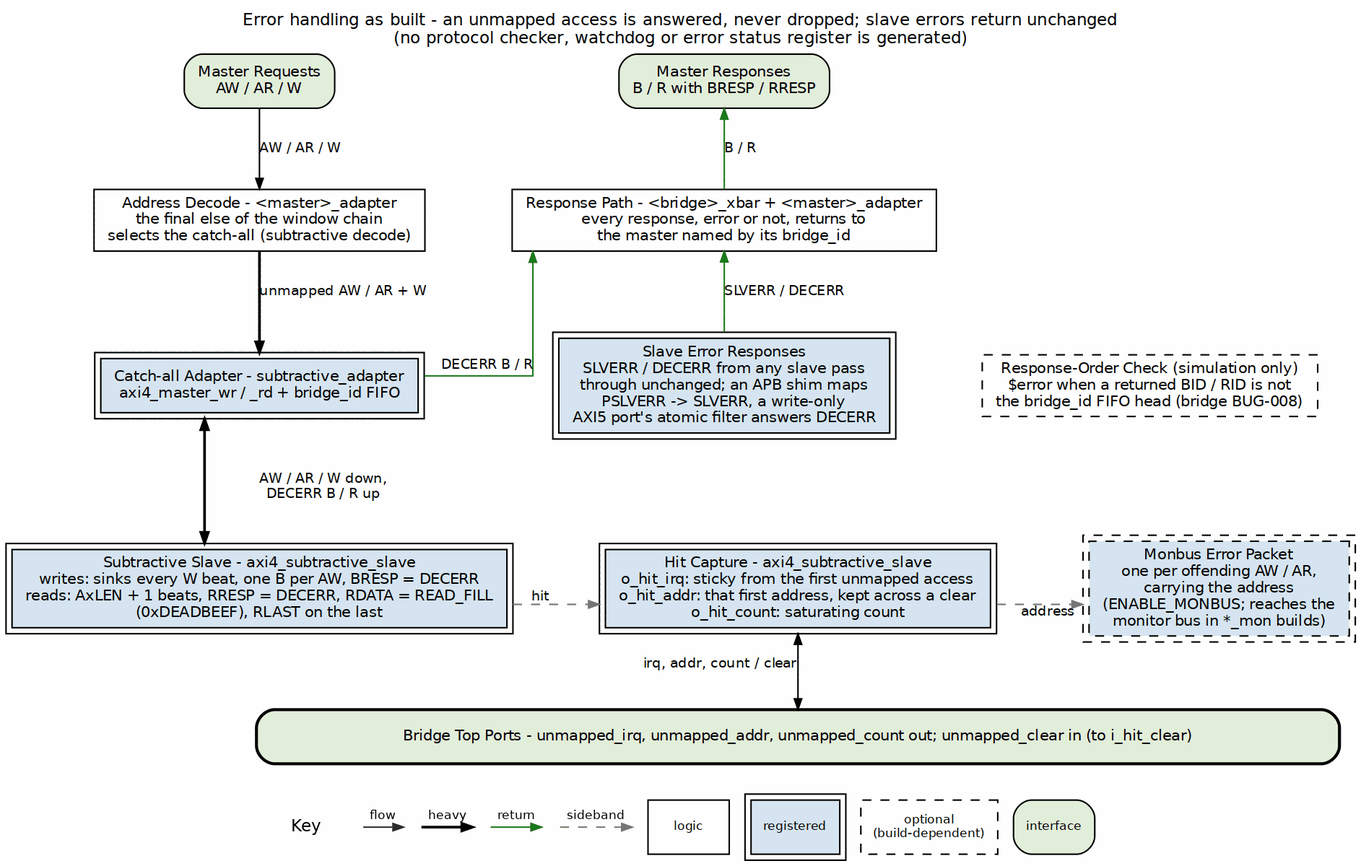
The Graphviz diagram projects/components/fabric-gen-ip/bridge/docs/bridge_mas/assets/graphviz/error_handling.png in sean-galloway/RTLDesignSherpa, before a commit. Its source is kept beside it as projects/components/fabric-gen-ip/bridge/docs/bridge_mas/assets/graphviz/error_handling.dot.
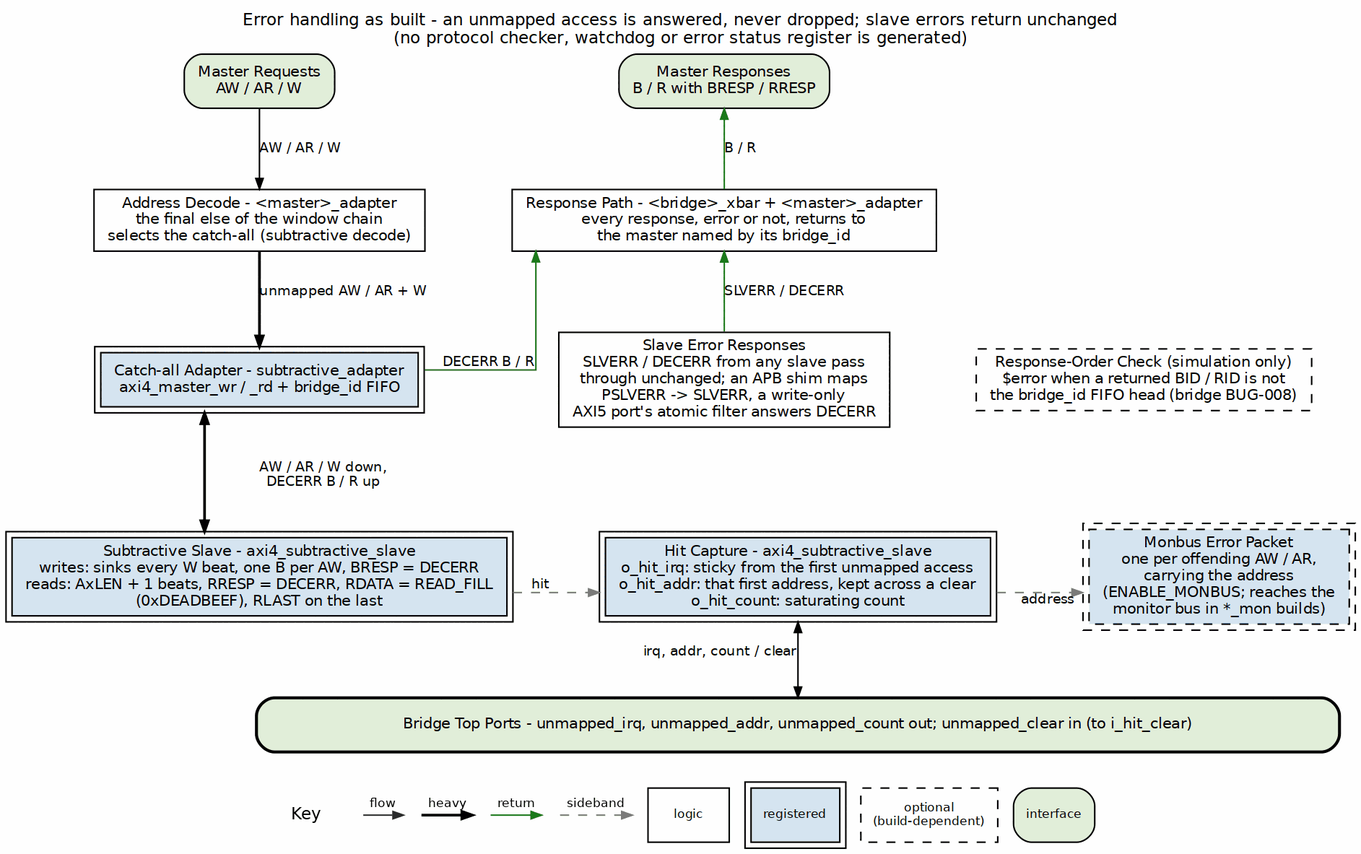
The same file after the commit.

What changed in the source:
```diff
@@ -17,7 +17,7 @@
     dec -> rmux [style=invis];
 
     trk [label="Catch-all Adapter - subtractive_adapter\naxi4_master_wr / _rd + bridge_id FIFO", group=C, peripheries=2, style="filled", fillcolor="#D6E4F0"];
-    serr [label="Slave Error Responses\nSLVERR / DECERR from any slave pass\nthrough unchanged; an APB shim maps\nPSLVERR -> SLVERR, a write-only\nAXI5 port's atomic filter answers DECERR", group=R, peripheries=2, style="filled", fillcolor="#D6E4F0"];
+    serr [label="Slave Error Responses\nSLVERR / DECERR from any slave pass\nthrough unchanged; an APB shim maps\nPSLVERR -> SLVERR, a write-only\nAXI5 port's atomic filter answers DECERR", group=R, style="filled", fillcolor="white"];
     chk [label="Response-Order Check (simulation only)\n$error when a returned BID / RID is not\nthe bridge_id FIFO head (bridge BUG-008)", style="filled,dashed", style="filled,dashed", fillcolor="white"];
     { rank=same; trk; serr; chk; }
     trk -> serr -> chk [style=invis];
```
